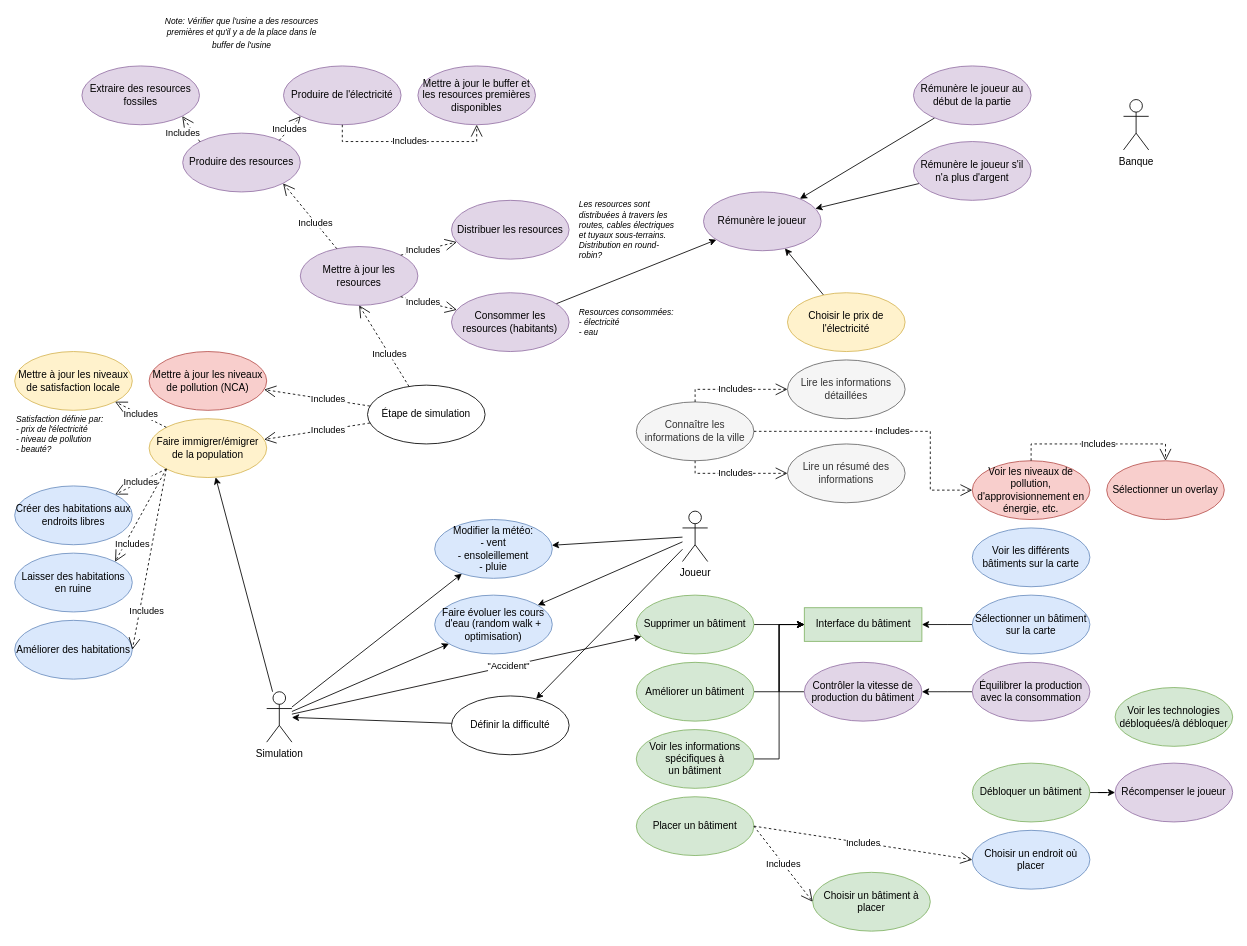
adri326/ap4b-project keeps this draw.io diagram as page "Page-1" (1 of 4) of uml-usecases.drawio. Above is the earlier version. Source tidied: cells renumbered, new cells numbered last; positions are measured from the earlier drawing's top-left corner, leaving out a move shared by most shapes. Both pictures are drawn from the tidied source at 84%, with x=0, y=0 at pixel (14, 24).
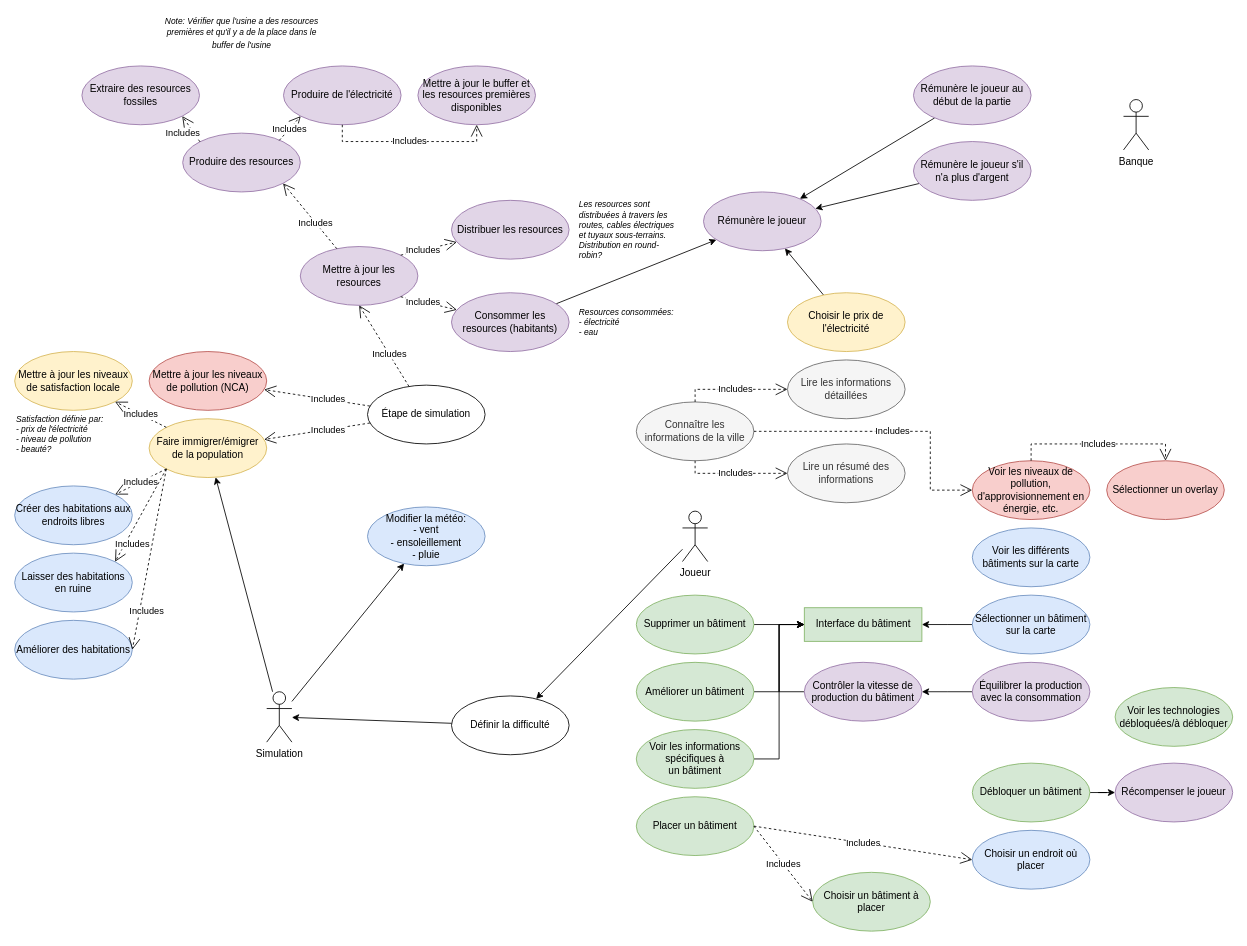
Above is the later version.

The change refers to these unchanged cells:
```xml
<mxCell id="4" value="Joueur" style="shape=umlActor;verticalLabelPosition=bottom;verticalAlign=top;html=1;" parent="1" vertex="1">
  <mxGeometry x="795" y="580" width="30" height="60" as="geometry" />
</mxCell>
<mxCell id="12" value="Supprimer un bâtiment" style="ellipse;whiteSpace=wrap;html=1;fillColor=#d5e8d4;strokeColor=#82b366;" parent="1" vertex="1">
  <mxGeometry x="740" y="680" width="140" height="70" as="geometry" />
</mxCell>
<mxCell id="32" value="Simulation" style="shape=umlActor;verticalLabelPosition=bottom;verticalAlign=top;html=1;" parent="1" vertex="1">
  <mxGeometry x="300" y="795" width="30" height="60" as="geometry" />
</mxCell>
```

What changed in the source:
```diff
@@
-    <mxCell id="2" style="edgeStyle=none;rounded=0;jettySize=auto;html=1;" parent="1" edge="1" source="4" target="67">
-      <mxGeometry relative="1" as="geometry" />
-    </mxCell>
-    <mxCell id="3" style="edgeStyle=none;rounded=0;jettySize=auto;html=1;" parent="1" edge="1" source="4" target="66">
-      <mxGeometry relative="1" as="geometry" />
-    </mxCell>
@@
-    <mxCell id="28" style="edgeStyle=none;rounded=0;jettySize=auto;html=1;" parent="1" edge="1" source="32" target="67">
-      <mxGeometry relative="1" as="geometry" />
-    </mxCell>
@@
-    <mxCell id="30" style="edgeStyle=none;rounded=0;jettySize=auto;html=1;strokeColor=#030101;" parent="1" edge="1" source="32" target="12">
-      <mxGeometry relative="1" as="geometry" />
-    </mxCell>
-    <mxCell id="31" value="&quot;Accident&quot;" style="edgeLabel;html=1;align=center;verticalAlign=middle;" parent="30" vertex="1">
-      <mxGeometry x="0.24" relative="1" as="geometry" />
-    </mxCell>
@@
     <mxCell id="66" value="Modifier la météo:&lt;br&gt;- vent&lt;br&gt;- ensoleillement&lt;br&gt;- pluie" style="ellipse;whiteSpace=wrap;html=1;fillColor=#dae8fc;strokeColor=#6c8ebf;" parent="1" vertex="1">
-      <mxGeometry x="500" y="590" width="140" height="70" as="geometry" />
+      <mxGeometry x="420" y="575" width="140" height="70" as="geometry" />
     </mxCell>
-    <mxCell id="67" value="Faire évoluer les cours d'eau (random walk + optimisation)" style="ellipse;whiteSpace=wrap;html=1;fillColor=#dae8fc;strokeColor=#6c8ebf;" parent="1" vertex="1">
-      <mxGeometry x="500" y="680" width="140" height="70" as="geometry" />
-    </mxCell>
```
